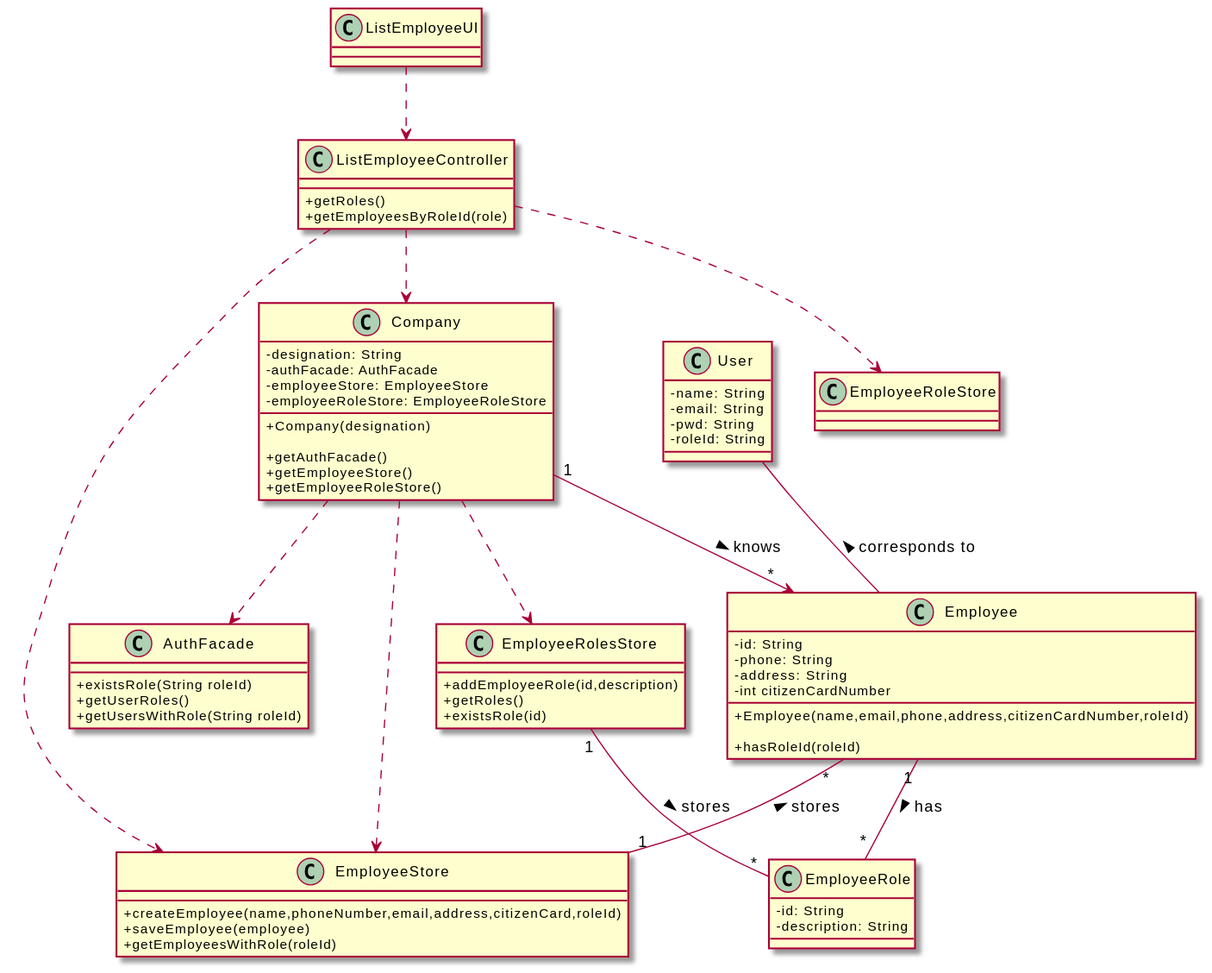
Above: docs/SprintB/US11/CD/US11_CD.svg in miseEnPlace-i/lapr2 (PlantUML), before the change.
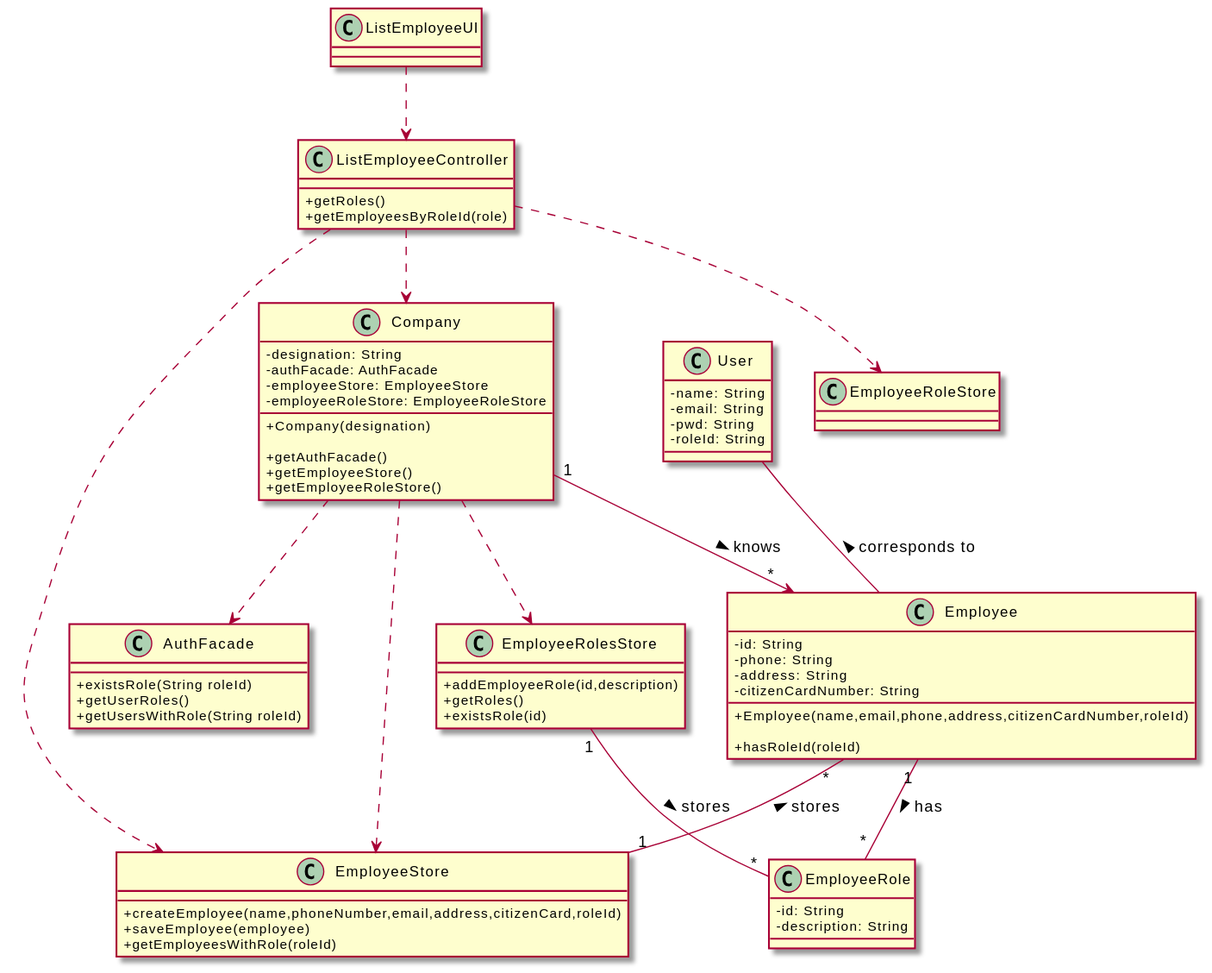
The same file after the commit.

Commit message:
docs(US11): fixed citizen card type

The edit, as a diff of the source:
```diff
@@ -12,7 +12,7 @@
   -id: String
   -phone: String
   -address: String
-  -int citizenCardNumber
+  -citizenCardNumber: String
 
   +Employee(name,email,phone,address,citizenCardNumber,roleId)
 
```
